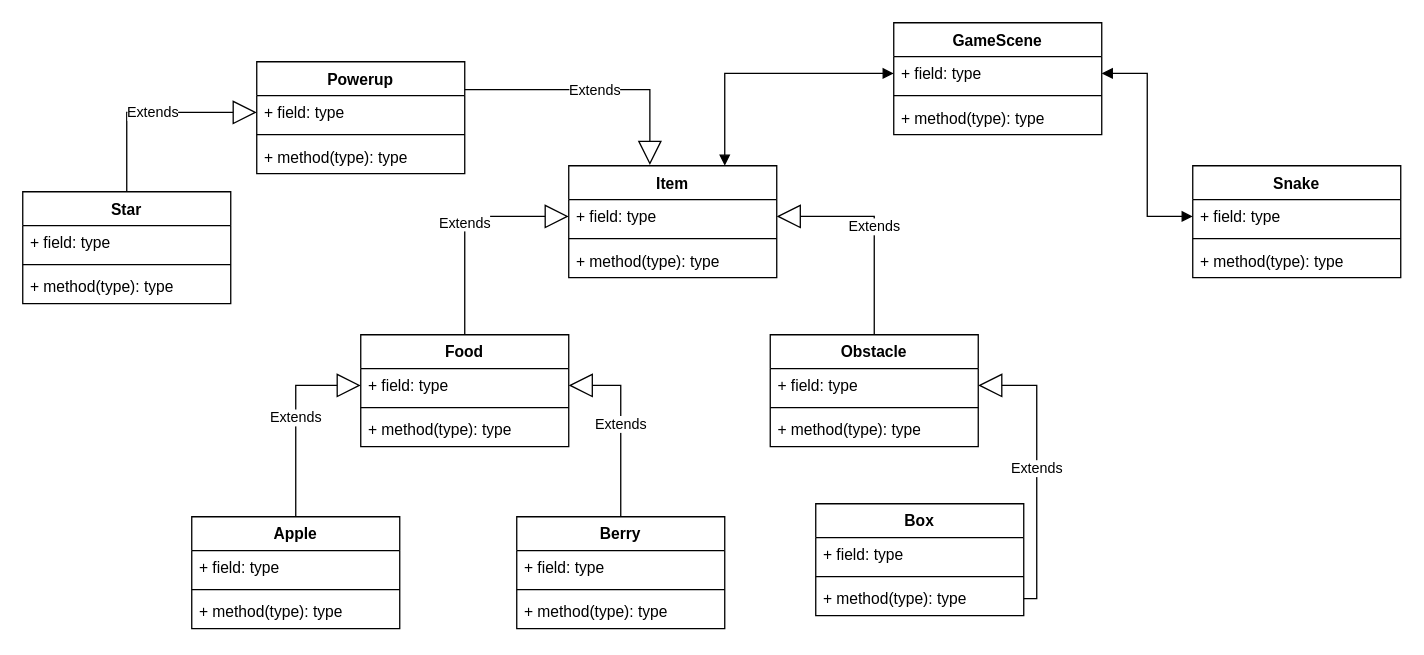
Before: TO.drawio in D-Jordy/pvp-snake, a draw.io diagram. Source tidied: cells renumbered, new cells numbered last; positions are measured from the earlier drawing's top-left corner, leaving out a move shared by most shapes. Both pictures are drawn from the tidied source at 130%, with x=0, y=0 at pixel (22, 22).
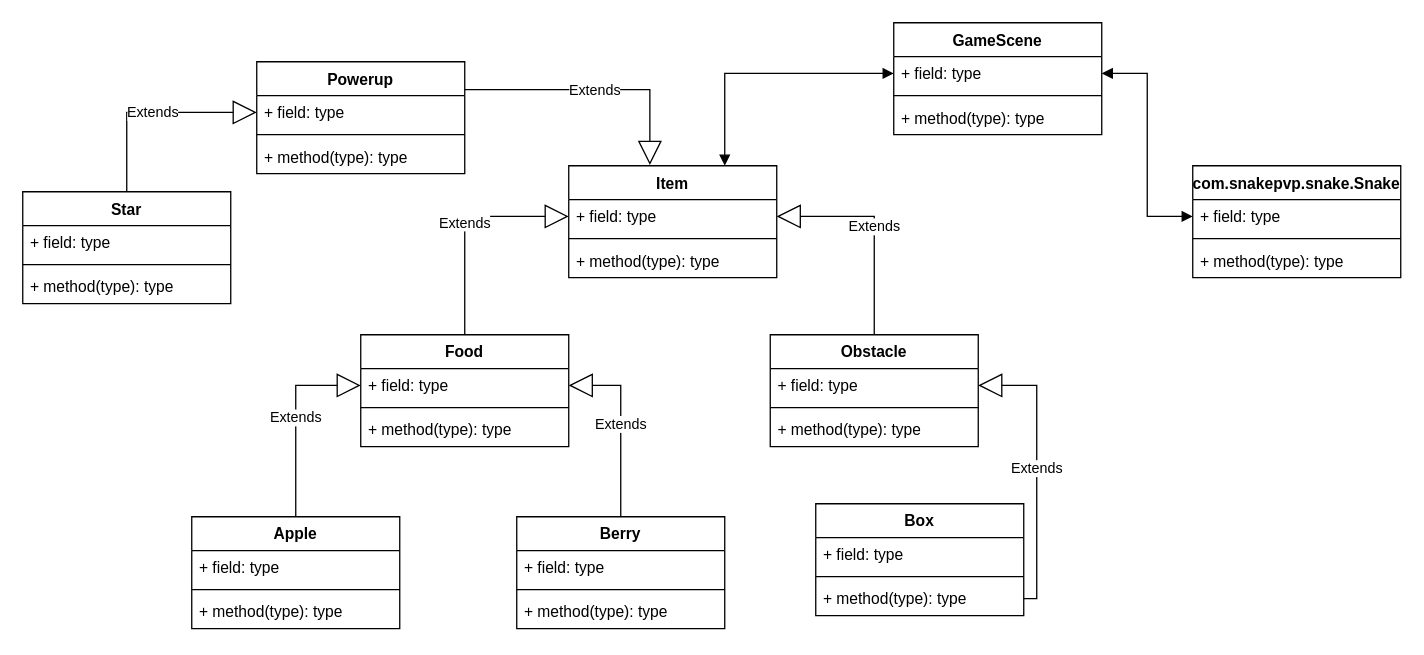
Above is the later version.

Diff of the diagram source:
```diff
@@
-    <mxCell id="2" value="Snake" style="swimlane;fontStyle=1;align=center;verticalAlign=top;horizontal=1;startSize=26;whiteSpace=wrap;html=1;" parent="1" vertex="1">
+    <mxCell id="2" value="com.snakepvp.snake.Snake" style="swimlane;fontStyle=1;align=center;verticalAlign=top;horizontal=1;startSize=26;whiteSpace=wrap;html=1;" parent="1" vertex="1">
       <mxGeometry x="900" y="110" width="160" height="86" as="geometry" />
     </mxCell>
```
